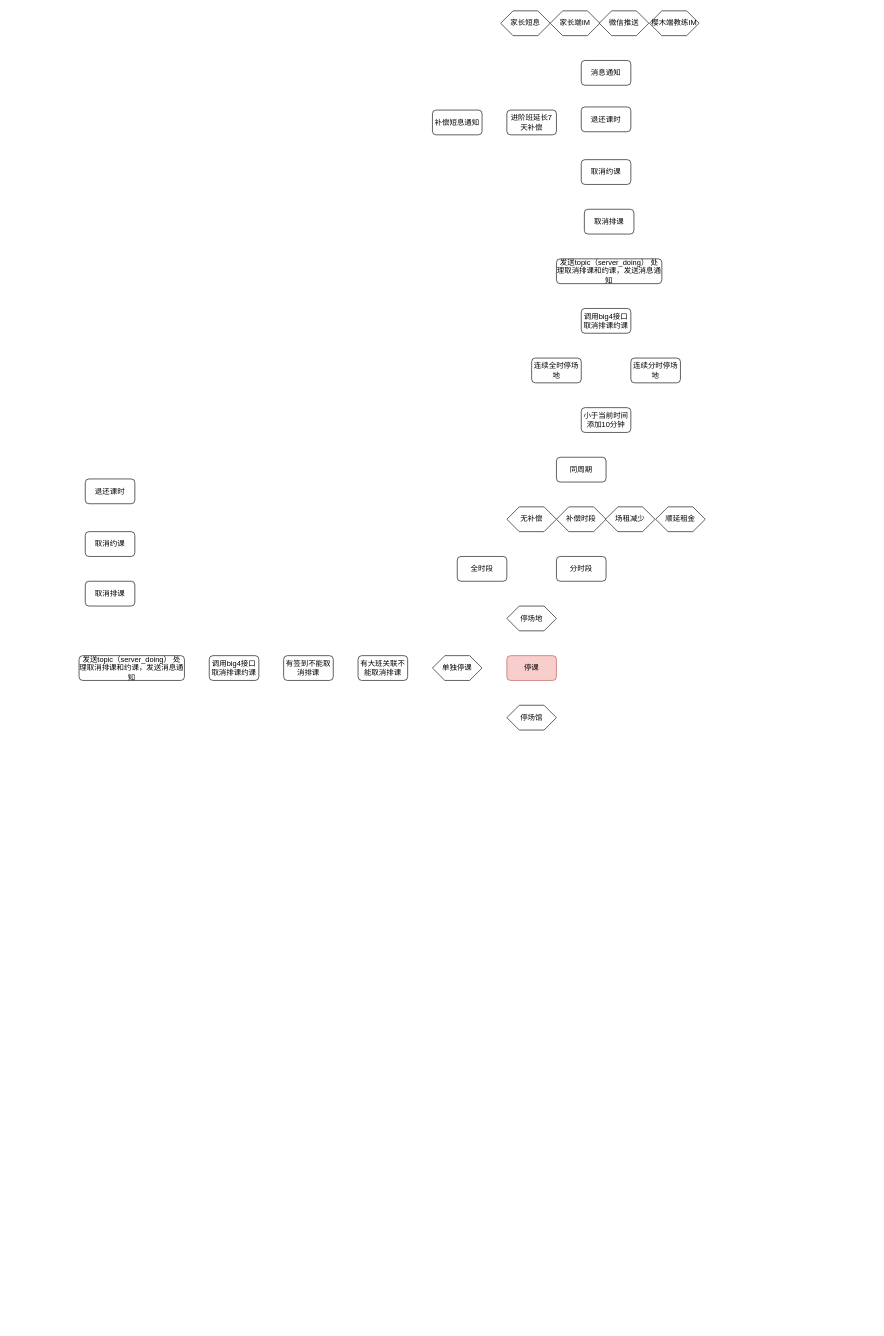
akun87/activity keeps this draw.io diagram as 停课.drawio. Above is the earlier version. Source tidied: cells renumbered, new cells numbered last; positions are measured from the earlier drawing's top-left corner, leaving out a move shared by most shapes. Both pictures are drawn from the tidied source at 62%, with x=0, y=0 at pixel (79, 11).
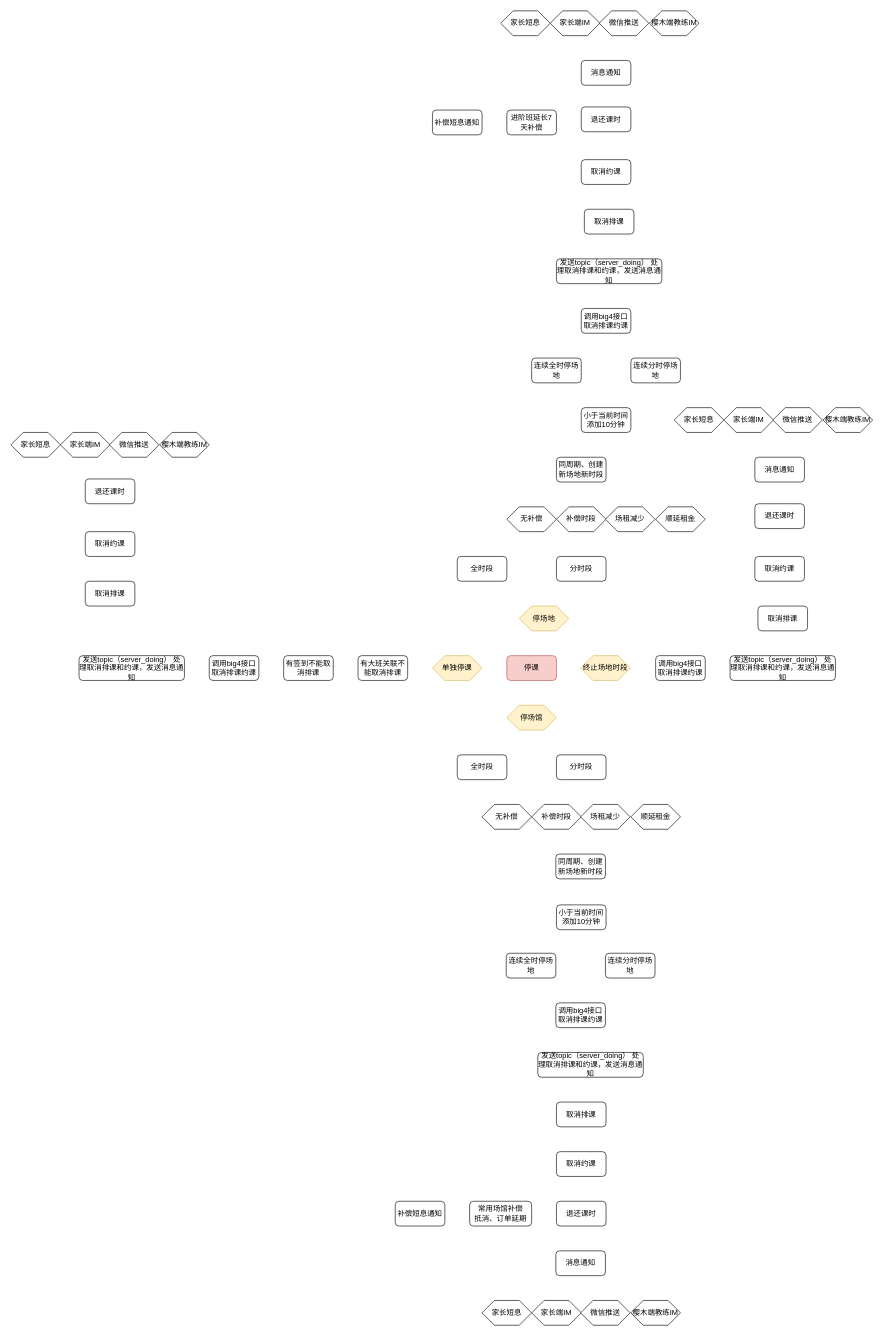
After the change.

The edit, as a diff of the source:
```diff
@@
-    <mxCell id="3" value="停场馆" style="shape=hexagon;perimeter=hexagonPerimeter2;whiteSpace=wrap;html=1;" parent="1" vertex="1">
+    <mxCell id="3" value="停场馆" style="shape=hexagon;perimeter=hexagonPerimeter2;whiteSpace=wrap;html=1;fillColor=#fff2cc;strokeColor=#d6b656;" parent="1" vertex="1">
       <mxGeometry x="690" y="1120" width="80" height="40" as="geometry" />
     </mxCell>
-    <mxCell id="4" value="停场地" style="shape=hexagon;perimeter=hexagonPerimeter2;whiteSpace=wrap;html=1;" parent="1" vertex="1">
-      <mxGeometry x="690" y="960" width="80" height="40" as="geometry" />
+    <mxCell id="4" value="终止场地时段" style="shape=hexagon;perimeter=hexagonPerimeter2;whiteSpace=wrap;html=1;fillColor=#fff2cc;strokeColor=#d6b656;" parent="1" vertex="1">
+      <mxGeometry x="809" y="1040" width="80" height="40" as="geometry" />
     </mxCell>
-    <mxCell id="5" value="单独停课" style="shape=hexagon;perimeter=hexagonPerimeter2;whiteSpace=wrap;html=1;" parent="1" vertex="1">
+    <mxCell id="5" value="单独停课" style="shape=hexagon;perimeter=hexagonPerimeter2;whiteSpace=wrap;html=1;fillColor=#fff2cc;strokeColor=#d6b656;" parent="1" vertex="1">
       <mxGeometry x="570" y="1040" width="80" height="40" as="geometry" />
     </mxCell>
@@
-    <mxCell id="16" value="同周期" style="rounded=1;whiteSpace=wrap;html=1;" parent="1" vertex="1">
+    <mxCell id="16" value="&lt;div&gt;同周期、创建新场地新时段&lt;/div&gt;" style="rounded=1;whiteSpace=wrap;html=1;" parent="1" vertex="1">
       <mxGeometry x="770" y="720" width="80" height="40" as="geometry" />
     </mxCell>
@@
+    <mxCell id="35" value="家长短息" style="shape=hexagon;perimeter=hexagonPerimeter2;whiteSpace=wrap;html=1;" parent="1" vertex="1">
+      <mxGeometry x="-110" y="680" width="80" height="40" as="geometry" />
+    </mxCell>
+    <mxCell id="36" value="家长端IM" style="shape=hexagon;perimeter=hexagonPerimeter2;whiteSpace=wrap;html=1;" parent="1" vertex="1">
+      <mxGeometry x="-30" y="680" width="80" height="40" as="geometry" />
+    </mxCell>
+    <mxCell id="37" value="微信推送" style="shape=hexagon;perimeter=hexagonPerimeter2;whiteSpace=wrap;html=1;" parent="1" vertex="1">
+      <mxGeometry x="49" y="680" width="80" height="40" as="geometry" />
+    </mxCell>
+    <mxCell id="38" value="樱木端教练IM" style="shape=hexagon;perimeter=hexagonPerimeter2;whiteSpace=wrap;html=1;" parent="1" vertex="1">
+      <mxGeometry x="130" y="680" width="80" height="40" as="geometry" />
+    </mxCell>
+    <mxCell id="39" value="全时段" style="rounded=1;whiteSpace=wrap;html=1;" parent="1" vertex="1">
+      <mxGeometry x="610" y="1200" width="80" height="40" as="geometry" />
+    </mxCell>
+    <mxCell id="40" value="分时段" style="rounded=1;whiteSpace=wrap;html=1;" parent="1" vertex="1">
+      <mxGeometry x="770" y="1200" width="80" height="40" as="geometry" />
+    </mxCell>
+    <mxCell id="41" value="无补偿" style="shape=hexagon;perimeter=hexagonPerimeter2;whiteSpace=wrap;html=1;" parent="1" vertex="1">
+      <mxGeometry x="650" y="1280" width="80" height="40" as="geometry" />
+    </mxCell>
+    <mxCell id="42" value="补偿时段" style="shape=hexagon;perimeter=hexagonPerimeter2;whiteSpace=wrap;html=1;" parent="1" vertex="1">
+      <mxGeometry x="730" y="1280" width="80" height="40" as="geometry" />
+    </mxCell>
+    <mxCell id="43" value="场租减少" style="shape=hexagon;perimeter=hexagonPerimeter2;whiteSpace=wrap;html=1;" parent="1" vertex="1">
+      <mxGeometry x="809" y="1280" width="80" height="40" as="geometry" />
+    </mxCell>
+    <mxCell id="44" value="顺延租金" style="shape=hexagon;perimeter=hexagonPerimeter2;whiteSpace=wrap;html=1;" parent="1" vertex="1">
+      <mxGeometry x="890" y="1280" width="80" height="40" as="geometry" />
+    </mxCell>
+    <mxCell id="45" value="&lt;div&gt;同周期、创建新场地新时段&lt;/div&gt;" style="rounded=1;whiteSpace=wrap;html=1;" parent="1" vertex="1">
+      <mxGeometry x="769" y="1360" width="80" height="40" as="geometry" />
+    </mxCell>
+    <mxCell id="46" value="小于当前时间添加10分钟" style="rounded=1;whiteSpace=wrap;html=1;" parent="1" vertex="1">
+      <mxGeometry x="770" y="1442" width="80" height="40" as="geometry" />
+    </mxCell>
+    <mxCell id="47" value="连续全时停场地" style="rounded=1;whiteSpace=wrap;html=1;" parent="1" vertex="1">
+      <mxGeometry x="689" y="1520" width="80" height="40" as="geometry" />
+    </mxCell>
+    <mxCell id="48" value="连续分时停场地" style="rounded=1;whiteSpace=wrap;html=1;" parent="1" vertex="1">
+      <mxGeometry x="849" y="1520" width="80" height="40" as="geometry" />
+    </mxCell>
+    <mxCell id="49" value="调用big4接口取消排课约课" style="rounded=1;whiteSpace=wrap;html=1;" parent="1" vertex="1">
+      <mxGeometry x="769" y="1600" width="80" height="40" as="geometry" />
+    </mxCell>
+    <mxCell id="50" value="发送topic（server_doing） 处理取消排课和约课，发送消息通知" style="rounded=1;whiteSpace=wrap;html=1;" parent="1" vertex="1">
+      <mxGeometry x="740" y="1680" width="170" height="40" as="geometry" />
+    </mxCell>
+    <mxCell id="51" value="取消排课" style="rounded=1;whiteSpace=wrap;html=1;" parent="1" vertex="1">
+      <mxGeometry x="770" y="1760" width="80" height="40" as="geometry" />
+    </mxCell>
+    <mxCell id="52" value="取消约课" style="rounded=1;whiteSpace=wrap;html=1;" parent="1" vertex="1">
+      <mxGeometry x="770" y="1840" width="80" height="40" as="geometry" />
+    </mxCell>
+    <mxCell id="53" value="退还课时" style="rounded=1;whiteSpace=wrap;html=1;" parent="1" vertex="1">
+      <mxGeometry x="770" y="1920" width="80" height="40" as="geometry" />
+    </mxCell>
+    <mxCell id="54" value="消息通知" style="rounded=1;whiteSpace=wrap;html=1;" parent="1" vertex="1">
+      <mxGeometry x="769" y="2000" width="80" height="40" as="geometry" />
+    </mxCell>
+    <mxCell id="55" value="家长短息" style="shape=hexagon;perimeter=hexagonPerimeter2;whiteSpace=wrap;html=1;" parent="1" vertex="1">
+      <mxGeometry x="650" y="2080" width="80" height="40" as="geometry" />
+    </mxCell>
+    <mxCell id="56" value="家长端IM" style="shape=hexagon;perimeter=hexagonPerimeter2;whiteSpace=wrap;html=1;" parent="1" vertex="1">
+      <mxGeometry x="730" y="2080" width="80" height="40" as="geometry" />
+    </mxCell>
+    <mxCell id="57" value="微信推送" style="shape=hexagon;perimeter=hexagonPerimeter2;whiteSpace=wrap;html=1;" parent="1" vertex="1">
+      <mxGeometry x="809" y="2080" width="80" height="40" as="geometry" />
+    </mxCell>
+    <mxCell id="58" value="樱木端教练IM" style="shape=hexagon;perimeter=hexagonPerimeter2;whiteSpace=wrap;html=1;" parent="1" vertex="1">
+      <mxGeometry x="890" y="2080" width="80" height="40" as="geometry" />
+    </mxCell>
+    <mxCell id="59" value="&lt;div&gt;常用场馆补偿&lt;/div&gt;&lt;div&gt;抵消、订单延期&lt;br&gt;&lt;/div&gt;" style="rounded=1;whiteSpace=wrap;html=1;" parent="1" vertex="1">
+      <mxGeometry x="630" y="1920" width="100" height="40" as="geometry" />
+    </mxCell>
+    <mxCell id="60" value="补偿短息通知" style="rounded=1;whiteSpace=wrap;html=1;" parent="1" vertex="1">
+      <mxGeometry x="510" y="1920" width="80" height="40" as="geometry" />
+    </mxCell>
+    <mxCell id="61" value="调用big4接口取消排课约课" style="rounded=1;whiteSpace=wrap;html=1;" parent="1" vertex="1">
+      <mxGeometry x="930" y="1040" width="80" height="40" as="geometry" />
+    </mxCell>
+    <mxCell id="62" value="发送topic（server_doing） 处理取消排课和约课，发送消息通知" style="rounded=1;whiteSpace=wrap;html=1;" parent="1" vertex="1">
+      <mxGeometry x="1050" y="1040" width="170" height="40" as="geometry" />
+    </mxCell>
+    <mxCell id="63" value="取消排课" style="rounded=1;whiteSpace=wrap;html=1;" parent="1" vertex="1">
+      <mxGeometry x="1095" y="960" width="80" height="40" as="geometry" />
+    </mxCell>
+    <mxCell id="64" value="取消约课" style="rounded=1;whiteSpace=wrap;html=1;" parent="1" vertex="1">
+      <mxGeometry x="1090" y="880" width="80" height="40" as="geometry" />
+    </mxCell>
+    <mxCell id="65" value="退还课时" style="rounded=1;whiteSpace=wrap;html=1;" parent="1" vertex="1">
+      <mxGeometry x="1090" y="795" width="80" height="40" as="geometry" />
+    </mxCell>
+    <mxCell id="66" value="消息通知" style="rounded=1;whiteSpace=wrap;html=1;" parent="1" vertex="1">
+      <mxGeometry x="1090" y="720" width="80" height="40" as="geometry" />
+    </mxCell>
+    <mxCell id="67" value="樱木端教练IM" style="shape=hexagon;perimeter=hexagonPerimeter2;whiteSpace=wrap;html=1;" parent="1" vertex="1">
+      <mxGeometry x="1200" y="640" width="80" height="40" as="geometry" />
+    </mxCell>
+    <mxCell id="68" value="微信推送" style="shape=hexagon;perimeter=hexagonPerimeter2;whiteSpace=wrap;html=1;" parent="1" vertex="1">
+      <mxGeometry x="1119" y="640" width="80" height="40" as="geometry" />
+    </mxCell>
+    <mxCell id="69" value="家长端IM" style="shape=hexagon;perimeter=hexagonPerimeter2;whiteSpace=wrap;html=1;" parent="1" vertex="1">
+      <mxGeometry x="1040" y="640" width="80" height="40" as="geometry" />
+    </mxCell>
+    <mxCell id="70" value="家长短息" style="shape=hexagon;perimeter=hexagonPerimeter2;whiteSpace=wrap;html=1;" parent="1" vertex="1">
+      <mxGeometry x="960" y="640" width="80" height="40" as="geometry" />
+    </mxCell>
+    <mxCell id="71" value="停场地" style="shape=hexagon;perimeter=hexagonPerimeter2;whiteSpace=wrap;html=1;fillColor=#fff2cc;strokeColor=#d6b656;" parent="1" vertex="1">
+      <mxGeometry x="710" y="960" width="80" height="40" as="geometry" />
+    </mxCell>
```
